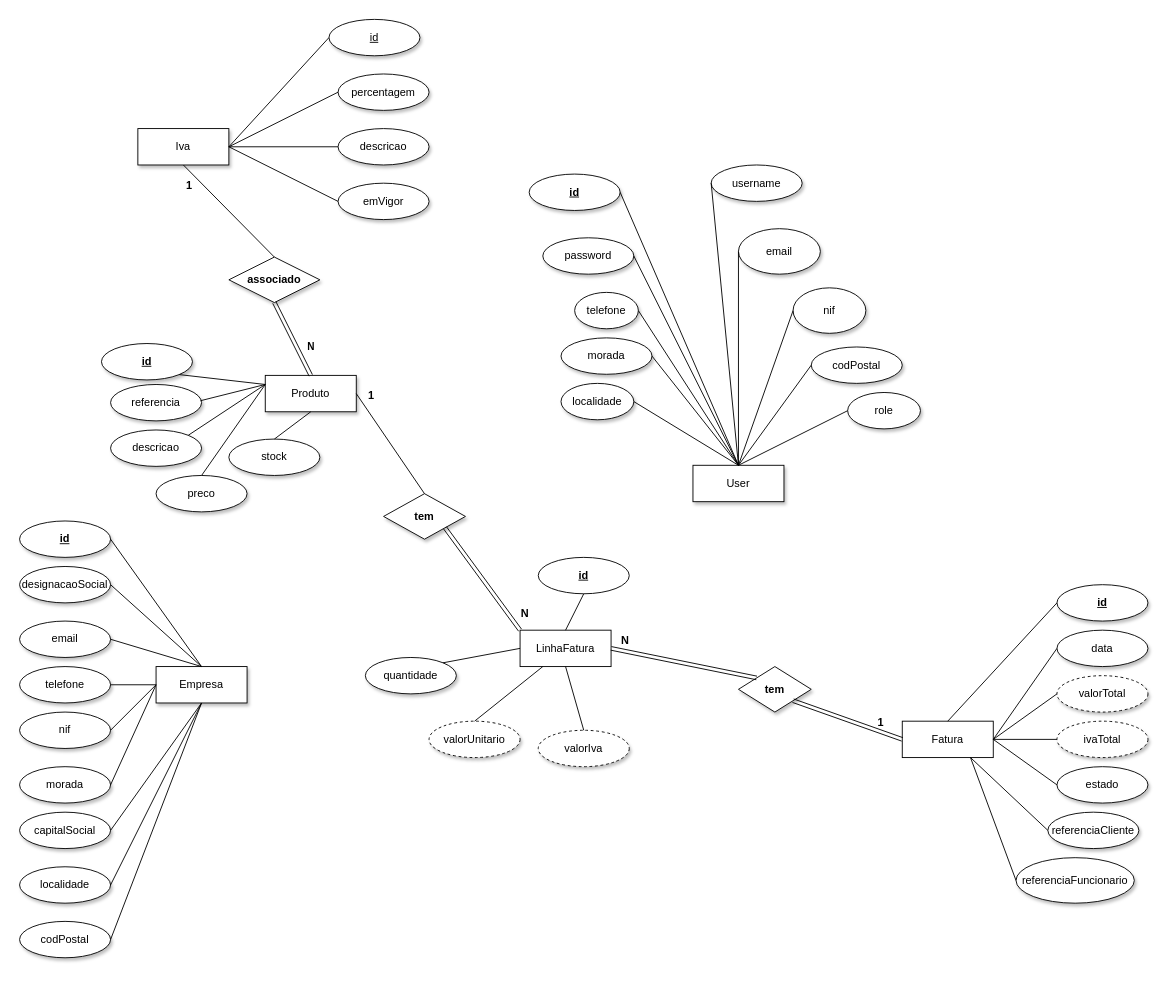
This is weblogicmvc/db/DER.drawio from ContaEscola/PSI_PWS_PLTV-H, a draw.io file, before an edit. Source tidied: cells renumbered, new cells numbered last; positions are measured from the earlier drawing's top-left corner, leaving out a move shared by most shapes. Both pictures are drawn from the tidied source at 91%, with x=0, y=0 at pixel (19, 19).
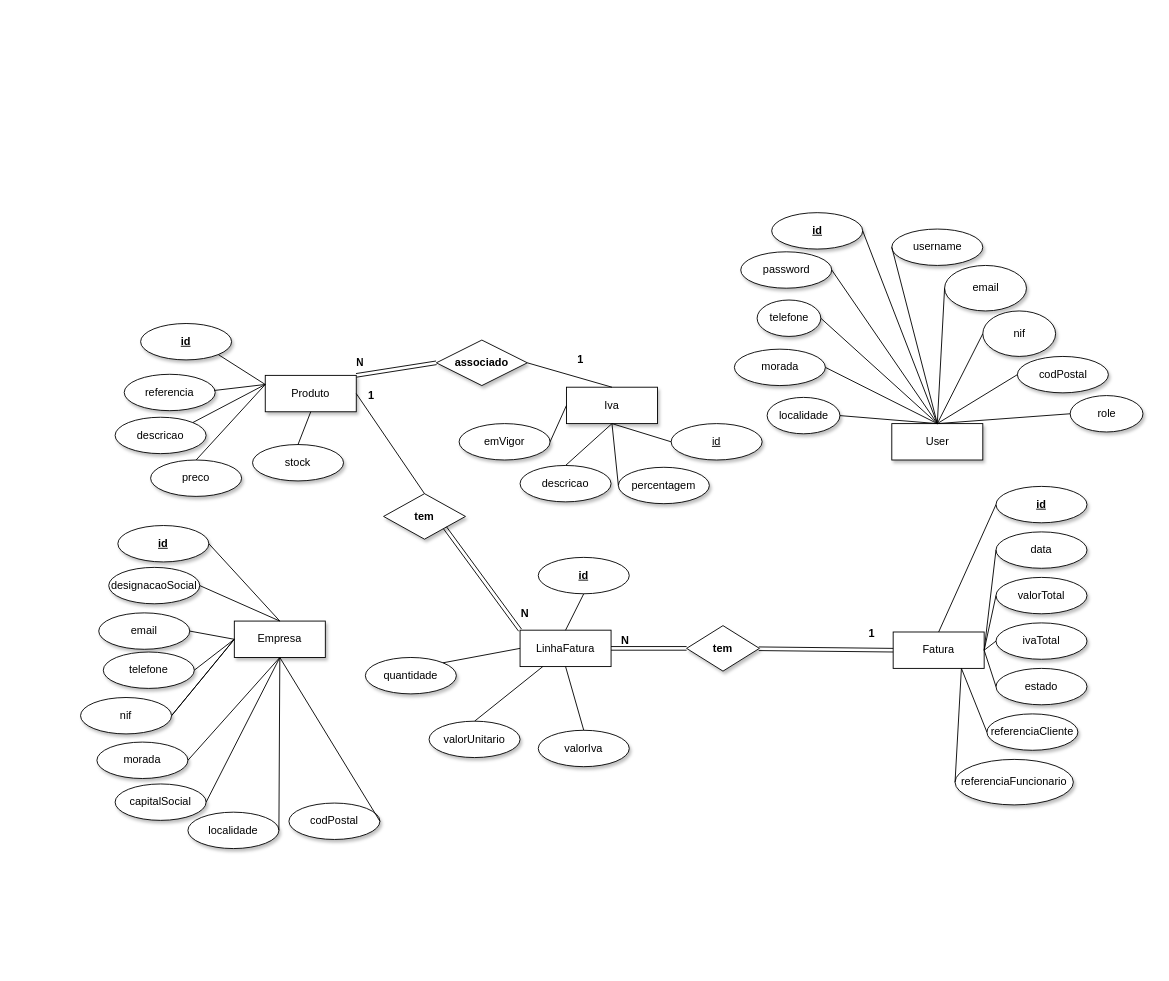
After the change.

Commit message (it also covers changes not shown here):
PPH-42 /Tabelas script atualizado totalmente

O script das tabelas está completo agora.

The change refers to these unchanged cells:
```xml
<mxCell id="23" value="Produto" style="whiteSpace=wrap;html=1;align=center;shadow=1;" parent="1" vertex="1">
  <mxGeometry x="270" y="391" width="100" height="40" as="geometry" />
</mxCell>
<mxCell id="32" value="LinhaFatura" style="whiteSpace=wrap;html=1;align=center;" parent="1" vertex="1">
  <mxGeometry x="550" y="671" width="100" height="40" as="geometry" />
</mxCell>
```

What changed in the source:
```diff
@@
     <mxCell id="2" value="Empresa" style="whiteSpace=wrap;html=1;align=center;shadow=1;" parent="1" vertex="1">
-      <mxGeometry x="150" y="711" width="100" height="40" as="geometry" />
+      <mxGeometry x="236" y="661" width="100" height="40" as="geometry" />
     </mxCell>
     <mxCell id="3" value="&lt;b&gt;&lt;u&gt;id&lt;/u&gt;&lt;/b&gt;" style="ellipse;whiteSpace=wrap;html=1;align=center;shadow=1;" parent="1" vertex="1">
-      <mxGeometry y="551" width="100" height="40" as="geometry" />
+      <mxGeometry x="108" y="556" width="100" height="40" as="geometry" />
     </mxCell>
     <mxCell id="4" value="email" style="ellipse;whiteSpace=wrap;html=1;align=center;shadow=1;" parent="1" vertex="1">
-      <mxGeometry y="661" width="100" height="40" as="geometry" />
+      <mxGeometry x="87" y="652" width="100" height="40" as="geometry" />
     </mxCell>
     <mxCell id="5" value="designacaoSocial" style="ellipse;whiteSpace=wrap;html=1;align=center;shadow=1;" parent="1" vertex="1">
-      <mxGeometry y="601" width="100" height="40" as="geometry" />
+      <mxGeometry x="98" y="602" width="100" height="40" as="geometry" />
     </mxCell>
     <mxCell id="6" value="telefone" style="ellipse;whiteSpace=wrap;html=1;align=center;shadow=1;" parent="1" vertex="1">
-      <mxGeometry y="711" width="100" height="40" as="geometry" />
+      <mxGeometry x="92" y="695" width="100" height="40" as="geometry" />
     </mxCell>
     <mxCell id="7" value="morada" style="ellipse;whiteSpace=wrap;html=1;align=center;shadow=1;" parent="1" vertex="1">
-      <mxGeometry y="821" width="100" height="40" as="geometry" />
+      <mxGeometry x="85" y="794" width="100" height="40" as="geometry" />
     </mxCell>
-    <mxCell id="8" value="nif" style="ellipse;whiteSpace=wrap;html=1;align=center;shadow=1;" parent="1" vertex="1">
-      <mxGeometry y="761" width="100" height="40" as="geometry" />
-    </mxCell>
     <mxCell id="9" value="codPostal" style="ellipse;whiteSpace=wrap;html=1;align=center;shadow=1;" parent="1" vertex="1">
-      <mxGeometry y="991" width="100" height="40" as="geometry" />
+      <mxGeometry x="296" y="861" width="100" height="40" as="geometry" />
     </mxCell>
     <mxCell id="10" value="localidade" style="ellipse;whiteSpace=wrap;html=1;align=center;shadow=1;" parent="1" vertex="1">
-      <mxGeometry y="931" width="100" height="40" as="geometry" />
+      <mxGeometry x="185" y="871" width="100" height="40" as="geometry" />
     </mxCell>
     <mxCell id="11" value="capitalSocial" style="ellipse;whiteSpace=wrap;html=1;align=center;shadow=1;" parent="1" vertex="1">
-      <mxGeometry y="871" width="100" height="40" as="geometry" />
+      <mxGeometry x="105" y="840" width="100" height="40" as="geometry" />
     </mxCell>
     <mxCell id="12" value="User" style="whiteSpace=wrap;html=1;align=center;shadow=1;" parent="1" vertex="1">
-      <mxGeometry x="740" y="489.8" width="100" height="40" as="geometry" />
+      <mxGeometry x="958.5" y="444" width="100" height="40" as="geometry" />
     </mxCell>
     <mxCell id="13" value="username" style="ellipse;whiteSpace=wrap;html=1;align=center;shadow=1;" parent="1" vertex="1">
-      <mxGeometry x="760" y="159.8" width="100" height="40" as="geometry" />
+      <mxGeometry x="958.5" y="230.2" width="100" height="40" as="geometry" />
     </mxCell>
     <mxCell id="14" value="&lt;b&gt;&lt;u&gt;id&lt;/u&gt;&lt;/b&gt;" style="ellipse;whiteSpace=wrap;html=1;align=center;shadow=1;" parent="1" vertex="1">
-      <mxGeometry x="560" y="169.8" width="100" height="40" as="geometry" />
+      <mxGeometry x="826.5" y="212.2" width="100" height="40" as="geometry" />
     </mxCell>
     <mxCell id="15" value="password" style="ellipse;whiteSpace=wrap;html=1;align=center;shadow=1;" parent="1" vertex="1">
-      <mxGeometry x="575" y="239.8" width="100" height="40" as="geometry" />
+      <mxGeometry x="792.5" y="255.2" width="100" height="40" as="geometry" />
     </mxCell>
     <mxCell id="16" value="email" style="ellipse;whiteSpace=wrap;html=1;align=center;shadow=1;" parent="1" vertex="1">
-      <mxGeometry x="790" y="229.8" width="90" height="50" as="geometry" />
+      <mxGeometry x="1016.5" y="270.2" width="90" height="50" as="geometry" />
     </mxCell>
     <mxCell id="17" value="telefone" style="ellipse;whiteSpace=wrap;html=1;align=center;shadow=1;" parent="1" vertex="1">
-      <mxGeometry x="610" y="299.8" width="70" height="40" as="geometry" />
+      <mxGeometry x="810.5" y="308.2" width="70" height="40" as="geometry" />
     </mxCell>
     <mxCell id="18" value="nif" style="ellipse;whiteSpace=wrap;html=1;align=center;shadow=1;" parent="1" vertex="1">
-      <mxGeometry x="850" y="294.8" width="80" height="50" as="geometry" />
+      <mxGeometry x="1058.5" y="320.2" width="80" height="50" as="geometry" />
     </mxCell>
     <mxCell id="19" value="morada" style="ellipse;whiteSpace=wrap;html=1;align=center;shadow=1;" parent="1" vertex="1">
-      <mxGeometry x="595" y="349.8" width="100" height="40" as="geometry" />
+      <mxGeometry x="785.5" y="362.2" width="100" height="40" as="geometry" />
     </mxCell>
     <mxCell id="20" value="localidade" style="ellipse;whiteSpace=wrap;html=1;align=center;shadow=1;" parent="1" vertex="1">
-      <mxGeometry x="595" y="399.8" width="80" height="40" as="geometry" />
+      <mxGeometry x="821.5" y="415.2" width="80" height="40" as="geometry" />
     </mxCell>
     <mxCell id="21" value="codPostal" style="ellipse;whiteSpace=wrap;html=1;align=center;shadow=1;" parent="1" vertex="1">
-      <mxGeometry x="870" y="359.8" width="100" height="40" as="geometry" />
+      <mxGeometry x="1096.5" y="370.2" width="100" height="40" as="geometry" />
     </mxCell>
     <mxCell id="22" value="role" style="ellipse;whiteSpace=wrap;html=1;align=center;shadow=1;" parent="1" vertex="1">
-      <mxGeometry x="910" y="409.8" width="80" height="40" as="geometry" />
+      <mxGeometry x="1154.5" y="413.2" width="80" height="40" as="geometry" />
     </mxCell>
@@
     <mxCell id="24" value="&lt;b&gt;&lt;u&gt;id&lt;/u&gt;&lt;/b&gt;" style="ellipse;whiteSpace=wrap;html=1;align=center;shadow=1;" parent="1" vertex="1">
-      <mxGeometry x="90" y="356" width="100" height="40" as="geometry" />
+      <mxGeometry x="133" y="334" width="100" height="40" as="geometry" />
     </mxCell>
     <mxCell id="25" value="descricao" style="ellipse;whiteSpace=wrap;html=1;align=center;shadow=1;" parent="1" vertex="1">
-      <mxGeometry x="100" y="451" width="100" height="40" as="geometry" />
+      <mxGeometry x="105" y="437" width="100" height="40" as="geometry" />
     </mxCell>
     <mxCell id="26" value="preco" style="ellipse;whiteSpace=wrap;html=1;align=center;shadow=1;" parent="1" vertex="1">
-      <mxGeometry x="150" y="501" width="100" height="40" as="geometry" />
+      <mxGeometry x="144" y="484" width="100" height="40" as="geometry" />
     </mxCell>
     <mxCell id="27" value="stock" style="ellipse;whiteSpace=wrap;html=1;align=center;shadow=1;" parent="1" vertex="1">
-      <mxGeometry x="230" y="461" width="100" height="40" as="geometry" />
+      <mxGeometry x="256" y="467" width="100" height="40" as="geometry" />
     </mxCell>
     <mxCell id="28" value="referencia" style="ellipse;whiteSpace=wrap;html=1;align=center;shadow=1;" parent="1" vertex="1">
-      <mxGeometry x="100" y="401" width="100" height="40" as="geometry" />
+      <mxGeometry x="115" y="389.8" width="100" height="40" as="geometry" />
     </mxCell>
     <mxCell id="29" value="Fatura" style="whiteSpace=wrap;html=1;align=center;" parent="1" vertex="1">
-      <mxGeometry x="970" y="771" width="100" height="40" as="geometry" />
+      <mxGeometry x="960" y="673" width="100" height="40" as="geometry" />
     </mxCell>
     <mxCell id="30" value="&lt;b&gt;&lt;u&gt;id&lt;/u&gt;&lt;/b&gt;" style="ellipse;whiteSpace=wrap;html=1;align=center;shadow=1;" parent="1" vertex="1">
-      <mxGeometry x="1140" y="621" width="100" height="40" as="geometry" />
+      <mxGeometry x="1073" y="513" width="100" height="40" as="geometry" />
     </mxCell>
     <mxCell id="31" value="data" style="ellipse;whiteSpace=wrap;html=1;align=center;shadow=1;" parent="1" vertex="1">
-      <mxGeometry x="1140" y="671" width="100" height="40" as="geometry" />
+      <mxGeometry x="1073" y="563" width="100" height="40" as="geometry" />
     </mxCell>
@@
     <mxCell id="34" value="Iva" style="whiteSpace=wrap;html=1;align=center;shadow=1;" parent="1" vertex="1">
-      <mxGeometry x="130" y="119.8" width="100" height="40" as="geometry" />
+      <mxGeometry x="601" y="404" width="100" height="40" as="geometry" />
     </mxCell>
@@
-    <mxCell id="37" style="endArrow=none;html=1;rounded=0;entryX=0.5;entryY=0;entryDx=0;entryDy=0;exitX=1;exitY=0.5;exitDx=0;exitDy=0;" parent="1" edge="1" source="4" target="2">
+    <mxCell id="37" style="endArrow=none;html=1;rounded=0;entryX=0;entryY=0.5;entryDx=0;entryDy=0;exitX=1;exitY=0.5;exitDx=0;exitDy=0;" parent="1" edge="1" source="4" target="2">
       <mxGeometry relative="1" as="geometry" />
     </mxCell>
@@
-    <mxCell id="40" style="endArrow=none;html=1;rounded=0;entryX=0;entryY=0.5;entryDx=0;entryDy=0;exitX=1;exitY=0.5;exitDx=0;exitDy=0;" parent="1" edge="1" source="7" target="2">
+    <mxCell id="40" style="endArrow=none;html=1;rounded=0;entryX=0;entryY=0.5;entryDx=0;entryDy=0;exitX=1;exitY=0.5;exitDx=0;exitDy=0;startArrow=none;" parent="1" edge="1" source="8" target="2">
       <mxGeometry relative="1" as="geometry" />
     </mxCell>
@@
     <mxCell id="55" value="id" style="ellipse;whiteSpace=wrap;html=1;align=center;fontStyle=4;shadow=1;" parent="1" vertex="1">
-      <mxGeometry x="340" y="-0.2" width="100" height="40" as="geometry" />
+      <mxGeometry x="716" y="444" width="100" height="40" as="geometry" />
     </mxCell>
     <mxCell id="56" value="percentagem" style="ellipse;whiteSpace=wrap;html=1;align=center;shadow=1;" parent="1" vertex="1">
-      <mxGeometry x="350" y="59.8" width="100" height="40" as="geometry" />
+      <mxGeometry x="658" y="492" width="100" height="40" as="geometry" />
     </mxCell>
     <mxCell id="57" value="descricao" style="ellipse;whiteSpace=wrap;html=1;align=center;shadow=1;" parent="1" vertex="1">
-      <mxGeometry x="350" y="119.8" width="100" height="40" as="geometry" />
+      <mxGeometry x="550" y="490" width="100" height="40" as="geometry" />
     </mxCell>
     <mxCell id="58" value="emVigor" style="ellipse;whiteSpace=wrap;html=1;align=center;shadow=1;" parent="1" vertex="1">
-      <mxGeometry x="350" y="179.8" width="100" height="40" as="geometry" />
+      <mxGeometry x="483" y="444" width="100" height="40" as="geometry" />
     </mxCell>
-    <mxCell id="59" style="endArrow=none;html=1;rounded=0;entryX=0;entryY=0.5;entryDx=0;entryDy=0;" parent="1" edge="1" target="55">
-      <mxGeometry relative="1" as="geometry">
-        <mxPoint x="230" y="139.8" as="sourcePoint" />
-      </mxGeometry>
+    <mxCell id="59" style="endArrow=none;html=1;rounded=0;entryX=0;entryY=0.5;entryDx=0;entryDy=0;exitX=0.5;exitY=1;exitDx=0;exitDy=0;" parent="1" edge="1" source="34" target="55">
+      <mxGeometry relative="1" as="geometry" />
     </mxCell>
-    <mxCell id="60" style="endArrow=none;html=1;rounded=0;entryX=0;entryY=0.5;entryDx=0;entryDy=0;exitX=1;exitY=0.5;exitDx=0;exitDy=0;" parent="1" edge="1" source="34" target="56">
+    <mxCell id="60" style="endArrow=none;html=1;rounded=0;entryX=0;entryY=0.5;entryDx=0;entryDy=0;exitX=0.5;exitY=1;exitDx=0;exitDy=0;" parent="1" edge="1" source="34" target="56">
       <mxGeometry relative="1" as="geometry" />
     </mxCell>
-    <mxCell id="61" style="endArrow=none;html=1;rounded=0;exitX=1;exitY=0.5;exitDx=0;exitDy=0;entryX=0;entryY=0.5;entryDx=0;entryDy=0;" parent="1" edge="1" source="34" target="57">
+    <mxCell id="61" style="endArrow=none;html=1;rounded=0;exitX=0.5;exitY=1;exitDx=0;exitDy=0;entryX=0.5;entryY=0;entryDx=0;entryDy=0;" parent="1" edge="1" source="34" target="57">
       <mxGeometry relative="1" as="geometry" />
     </mxCell>
-    <mxCell id="62" style="endArrow=none;html=1;rounded=0;entryX=1;entryY=0.5;entryDx=0;entryDy=0;exitX=0;exitY=0.5;exitDx=0;exitDy=0;" parent="1" edge="1" source="58" target="34">
+    <mxCell id="62" style="endArrow=none;html=1;rounded=0;entryX=0;entryY=0.5;entryDx=0;entryDy=0;exitX=1;exitY=0.5;exitDx=0;exitDy=0;" parent="1" edge="1" source="58" target="34">
       <mxGeometry relative="1" as="geometry" />
     </mxCell>
@@
     <mxCell id="69" value="associado" style="shape=rhombus;perimeter=rhombusPerimeter;whiteSpace=wrap;html=1;align=center;shadow=1;fontStyle=1;" parent="1" vertex="1">
-      <mxGeometry x="230" y="261" width="100" height="50" as="geometry" />
+      <mxGeometry x="458" y="352.2" width="100" height="50" as="geometry" />
     </mxCell>
-    <mxCell id="70" style="shape=link;html=1;rounded=0;entryX=0.5;entryY=1;entryDx=0;entryDy=0;exitX=0.5;exitY=0;exitDx=0;exitDy=0;" parent="1" edge="1" source="23" target="69">
+    <mxCell id="70" style="shape=link;html=1;rounded=0;entryX=0;entryY=0.5;entryDx=0;entryDy=0;exitX=1;exitY=0;exitDx=0;exitDy=0;" parent="1" edge="1" source="23" target="69">
       <mxGeometry relative="1" as="geometry" />
     </mxCell>
     <mxCell id="71" value="N" style="edgeLabel;html=1;align=center;verticalAlign=middle;labelBackgroundColor=none;fontColor=default;fontStyle=1;" parent="70" vertex="1">
       <mxGeometry x="-0.25" y="-2" relative="1" as="geometry">
-        <mxPoint x="13" as="offset" />
+        <mxPoint x="-29" y="-11" as="offset" />
       </mxGeometry>
     </mxCell>
-    <mxCell id="72" style="endArrow=none;html=1;rounded=0;entryX=0.5;entryY=1;entryDx=0;entryDy=0;exitX=0.5;exitY=0;exitDx=0;exitDy=0;" parent="1" edge="1" source="69" target="34">
+    <mxCell id="72" style="endArrow=none;html=1;rounded=0;entryX=0.5;entryY=0;entryDx=0;entryDy=0;exitX=1;exitY=0.5;exitDx=0;exitDy=0;" parent="1" edge="1" source="69" target="34">
       <mxGeometry relative="1" as="geometry" />
     </mxCell>
     <mxCell id="73" value="1" style="html=1;align=right;verticalAlign=bottom;shadow=1;fontStyle=1;" parent="72" vertex="1">
       <mxGeometry x="1" relative="1" as="geometry">
-        <mxPoint x="10" y="31" as="offset" />
+        <mxPoint x="-31" y="-22" as="offset" />
       </mxGeometry>
     </mxCell>
-    <mxCell id="74" value="valorTotal" style="ellipse;whiteSpace=wrap;html=1;align=center;dashed=1;shadow=1;labelBackgroundColor=none;fontColor=default;" parent="1" vertex="1">
-      <mxGeometry x="1140" y="721" width="100" height="40" as="geometry" />
+    <mxCell id="74" value="valorTotal" style="ellipse;whiteSpace=wrap;html=1;align=center;dashed=0;shadow=1;labelBackgroundColor=none;fontColor=default;labelBorderColor=none;" parent="1" vertex="1">
+      <mxGeometry x="1073" y="613" width="100" height="40" as="geometry" />
     </mxCell>
-    <mxCell id="75" value="ivaTotal" style="ellipse;whiteSpace=wrap;html=1;align=center;dashed=1;shadow=1;labelBackgroundColor=none;fontColor=default;" parent="1" vertex="1">
-      <mxGeometry x="1140" y="771" width="100" height="40" as="geometry" />
+    <mxCell id="75" value="ivaTotal" style="ellipse;whiteSpace=wrap;html=1;align=center;dashed=0;shadow=1;labelBackgroundColor=none;fontColor=default;" parent="1" vertex="1">
+      <mxGeometry x="1073" y="663" width="100" height="40" as="geometry" />
     </mxCell>
     <mxCell id="76" value="estado" style="ellipse;whiteSpace=wrap;html=1;align=center;shadow=1;labelBackgroundColor=none;fontColor=default;" parent="1" vertex="1">
-      <mxGeometry x="1140" y="821" width="100" height="40" as="geometry" />
+      <mxGeometry x="1073" y="713" width="100" height="40" as="geometry" />
     </mxCell>
@@
     <mxCell id="82" value="referenciaCliente" style="ellipse;whiteSpace=wrap;html=1;align=center;shadow=1;labelBackgroundColor=none;fontColor=default;" parent="1" vertex="1">
-      <mxGeometry x="1130" y="871" width="100" height="40" as="geometry" />
+      <mxGeometry x="1063" y="763" width="100" height="40" as="geometry" />
     </mxCell>
     <mxCell id="83" value="referenciaFuncionario" style="ellipse;whiteSpace=wrap;html=1;align=center;shadow=1;labelBackgroundColor=none;fontColor=default;" parent="1" vertex="1">
-      <mxGeometry x="1095" y="921" width="130" height="50" as="geometry" />
+      <mxGeometry x="1028" y="813" width="130" height="50" as="geometry" />
     </mxCell>
@@
     <mxCell id="92" value="tem" style="shape=rhombus;perimeter=rhombusPerimeter;whiteSpace=wrap;html=1;align=center;shadow=1;labelBackgroundColor=none;fontColor=default;fontStyle=1;" parent="1" vertex="1">
-      <mxGeometry x="790" y="711" width="80" height="50" as="geometry" />
+      <mxGeometry x="733" y="666" width="80" height="50" as="geometry" />
     </mxCell>
-    <mxCell id="93" style="shape=link;html=1;rounded=0;fontColor=default;entryX=0;entryY=0.5;entryDx=0;entryDy=0;exitX=1;exitY=1;exitDx=0;exitDy=0;" parent="1" edge="1" source="92" target="29">
+    <mxCell id="93" style="shape=link;html=1;rounded=0;fontColor=default;entryX=0;entryY=0.5;entryDx=0;entryDy=0;" parent="1" edge="1" source="92" target="29">
       <mxGeometry relative="1" as="geometry" />
     </mxCell>
@@
-    <mxCell id="95" style="shape=link;html=1;rounded=0;fontColor=default;entryX=1;entryY=0.5;entryDx=0;entryDy=0;exitX=0;exitY=0;exitDx=0;exitDy=0;" parent="1" edge="1" source="92" target="32">
+    <mxCell id="95" style="shape=link;html=1;rounded=0;fontColor=default;entryX=1;entryY=0.5;entryDx=0;entryDy=0;exitX=0;exitY=0.5;exitDx=0;exitDy=0;" parent="1" edge="1" source="92" target="32">
       <mxGeometry relative="1" as="geometry" />
     </mxCell>
@@
-    <mxCell id="99" value="valorUnitario" style="ellipse;whiteSpace=wrap;html=1;align=center;dashed=1;shadow=1;labelBackgroundColor=none;fontColor=default;" parent="1" vertex="1">
+    <mxCell id="99" value="valorUnitario" style="ellipse;whiteSpace=wrap;html=1;align=center;dashed=0;shadow=1;labelBackgroundColor=none;fontColor=default;" parent="1" vertex="1">
       <mxGeometry x="450" y="771" width="100" height="40" as="geometry" />
     </mxCell>
-    <mxCell id="100" value="valorIva" style="ellipse;whiteSpace=wrap;html=1;align=center;dashed=1;shadow=1;labelBackgroundColor=none;fontColor=default;" parent="1" vertex="1">
+    <mxCell id="100" value="valorIva" style="ellipse;whiteSpace=wrap;html=1;align=center;dashed=0;shadow=1;labelBackgroundColor=none;fontColor=default;" parent="1" vertex="1">
       <mxGeometry x="570" y="781" width="100" height="40" as="geometry" />
     </mxCell>
@@
+    <mxCell id="8" value="nif" style="ellipse;whiteSpace=wrap;html=1;align=center;shadow=1;" parent="1" vertex="1">
+      <mxGeometry x="67" y="745" width="100" height="40" as="geometry" />
+    </mxCell>
+    <mxCell id="103" style="endArrow=none;html=1;rounded=0;entryX=0.5;entryY=1;entryDx=0;entryDy=0;exitX=1;exitY=0.5;exitDx=0;exitDy=0;" parent="1" edge="1" source="7" target="2">
+      <mxGeometry relative="1" as="geometry" />
+    </mxCell>
```
